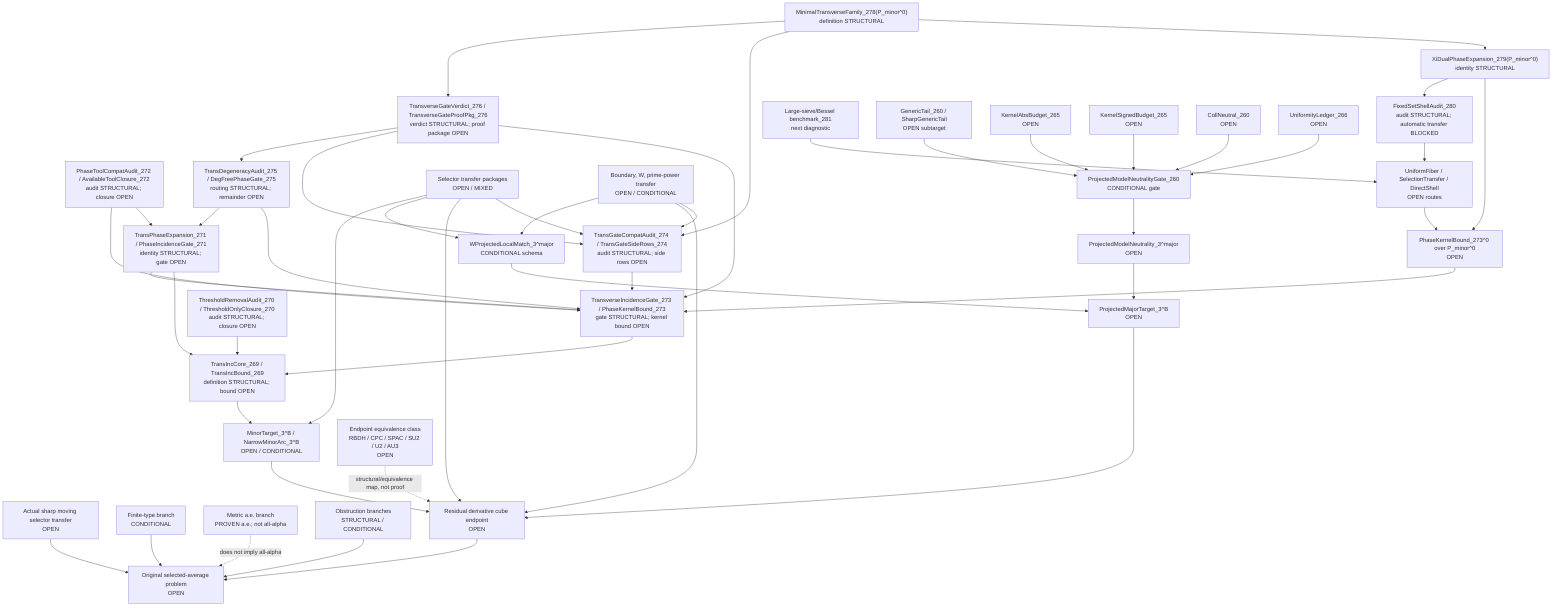
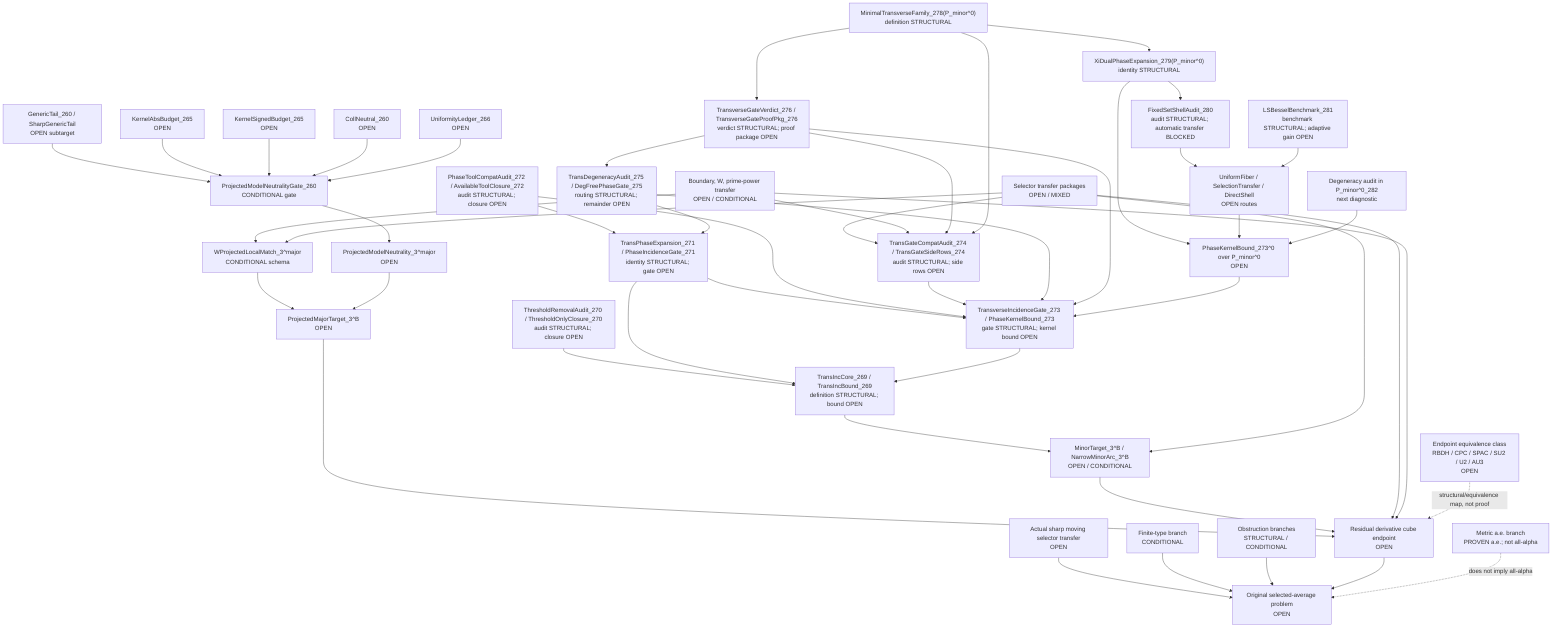
flowchart TD
  Original["Original selected-average problem<br/>OPEN"]
  SharpSel["Actual sharp moving selector transfer<br/>OPEN"]
  FiniteType["Finite-type branch<br/>CONDITIONAL"]
  Metric["Metric a.e. branch<br/>PROVEN a.e.; not all-alpha"]
  Obstruction["Obstruction branches<br/>STRUCTURAL / CONDITIONAL"]

  ResCube["Residual derivative cube endpoint<br/>OPEN"]
  MajorTarget["ProjectedMajorTarget_3^B<br/>OPEN"]
  MinorTarget["MinorTarget_3^B / NarrowMinorArc_3^B<br/>OPEN / CONDITIONAL"]
  TransInc["TransIncCore_269 / TransIncBound_269<br/>definition STRUCTURAL; bound OPEN"]
  ThresholdAudit["ThresholdRemovalAudit_270 / ThresholdOnlyClosure_270<br/>audit STRUCTURAL; closure OPEN"]
  PhaseExpansion["TransPhaseExpansion_271 / PhaseIncidenceGate_271<br/>identity STRUCTURAL; gate OPEN"]
  ToolCompat["PhaseToolCompatAudit_272 / AvailableToolClosure_272<br/>audit STRUCTURAL; closure OPEN"]
  TransGate["TransverseIncidenceGate_273 / PhaseKernelBound_273<br/>gate STRUCTURAL; kernel bound OPEN"]
  TransGateCompat["TransGateCompatAudit_274 / TransGateSideRows_274<br/>audit STRUCTURAL; side rows OPEN"]
  DegAudit["TransDegeneracyAudit_275 / DegFreePhaseGate_275<br/>routing STRUCTURAL; remainder OPEN"]
  TransVerdict["TransverseGateVerdict_276 / TransverseGateProofPkg_276<br/>verdict STRUCTURAL; proof package OPEN"]
  MinTransFamily["MinimalTransverseFamily_278(P_minor^0)<br/>definition STRUCTURAL"]
  XiExpansion["XiDualPhaseExpansion_279(P_minor^0)<br/>identity STRUCTURAL"]
  FixedShellAudit["FixedSetShellAudit_280<br/>audit STRUCTURAL; automatic transfer BLOCKED"]
  FixedShellTransfer["UniformFiber / SelectionTransfer / DirectShell<br/>OPEN routes"]
-   LSBesselBench["Large-sieve/Bessel benchmark_281<br/>next diagnostic"]
+   LSBesselBench["LSBesselBenchmark_281<br/>benchmark STRUCTURAL; adaptive gain OPEN"]
+   DegRowsP0["Degeneracy audit in P_minor^0_282<br/>next diagnostic"]
  PhaseKernel0["PhaseKernelBound_273^0 over P_minor^0<br/>OPEN"]
  SelectorTransfer["Selector transfer packages<br/>OPEN / MIXED"]
  BoundaryTransfer["Boundary, W, prime-power transfer<br/>OPEN / CONDITIONAL"]

  WLocal["WProjectedLocalMatch_3^major<br/>CONDITIONAL schema"]
  ModelNeutral["ProjectedModelNeutrality_3^major<br/>OPEN"]
  PMNGate["ProjectedModelNeutralityGate_260<br/>CONDITIONAL gate"]
  GenericTail["GenericTail_260 / SharpGenericTail<br/>OPEN subtarget"]
  KernelAbs["KernelAbsBudget_265<br/>OPEN"]
  KernelSigned["KernelSignedBudget_265<br/>OPEN"]
  CollNeutral["CollNeutral_260<br/>OPEN"]
  Uniformity["UniformityLedger_266<br/>OPEN"]

  EndpointClass["Endpoint equivalence class<br/>RBDH / CPC / SPAC / SU2 / U2 / AU3<br/>OPEN"]

  SharpSel --> Original
  FiniteType --> Original
  Obstruction --> Original
  ResCube --> Original
  Metric -. "does not imply all-alpha" .-> Original

  MajorTarget --> ResCube
  MinorTarget --> ResCube
  TransInc --> MinorTarget
  ThresholdAudit --> TransInc
  PhaseExpansion --> TransInc
  ToolCompat --> PhaseExpansion
  TransGate --> TransInc
  PhaseExpansion --> TransGate
  ToolCompat --> TransGate
  TransGateCompat --> TransGate
  SelectorTransfer --> TransGateCompat
  BoundaryTransfer --> TransGateCompat
  DegAudit --> TransGate
  DegAudit --> PhaseExpansion
  TransVerdict --> TransGate
  TransVerdict --> TransGateCompat
  TransVerdict --> DegAudit
  PhaseKernel0 --> TransGate
  MinTransFamily --> XiExpansion
  XiExpansion --> PhaseKernel0
  XiExpansion --> FixedShellAudit
  FixedShellAudit --> FixedShellTransfer
  FixedShellTransfer --> PhaseKernel0
  LSBesselBench --> FixedShellTransfer
+   DegRowsP0 --> PhaseKernel0
  MinTransFamily --> TransGateCompat
  MinTransFamily --> TransVerdict
  SelectorTransfer --> ResCube
  BoundaryTransfer --> ResCube
  EndpointClass -. "structural/equivalence map, not proof" .-> ResCube

  WLocal --> MajorTarget
  ModelNeutral --> MajorTarget

  PMNGate --> ModelNeutral
  GenericTail --> PMNGate
  KernelAbs --> PMNGate
  KernelSigned --> PMNGate
  CollNeutral --> PMNGate
  Uniformity --> PMNGate

  BoundaryTransfer --> WLocal
  SelectorTransfer --> WLocal
  SelectorTransfer --> MinorTarget
